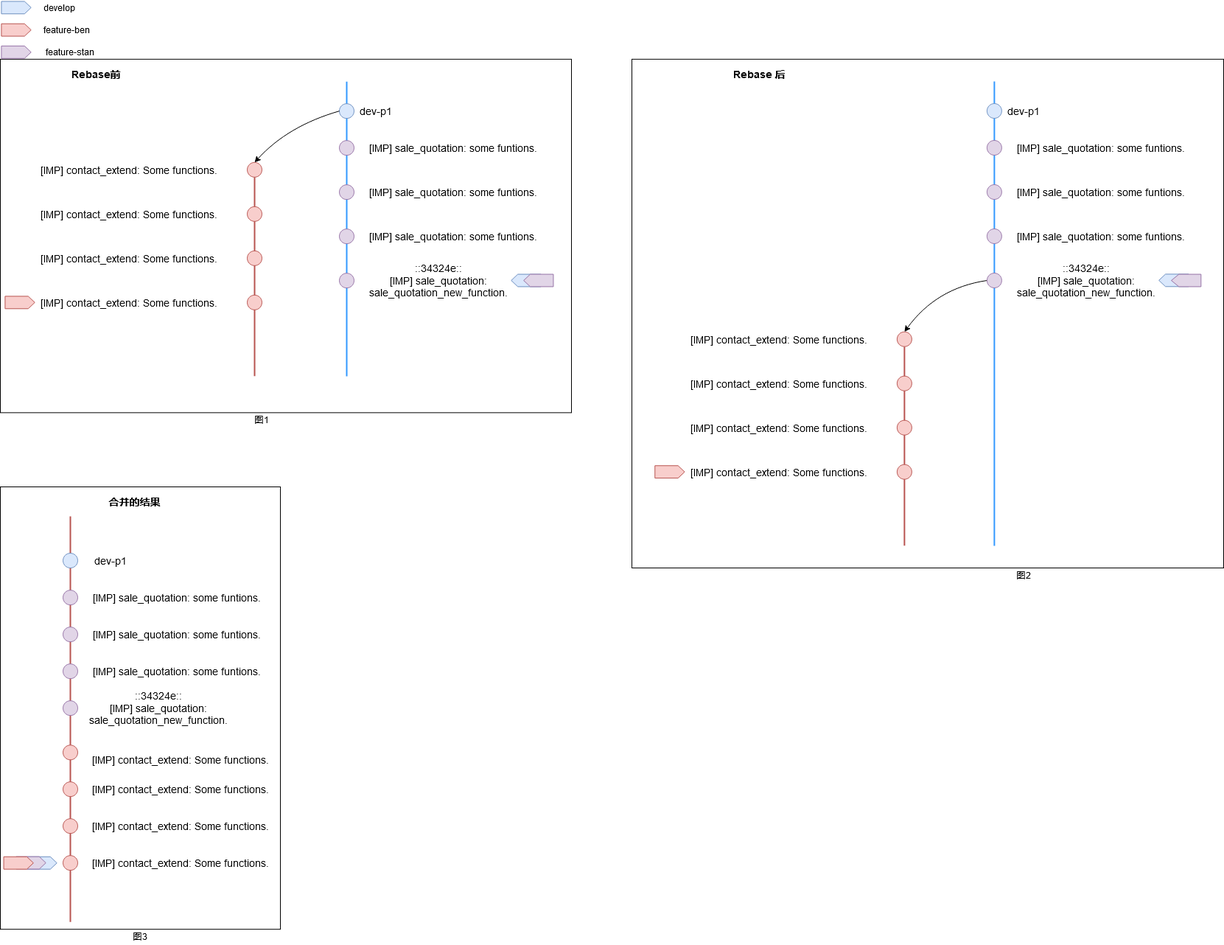
Above: gitBranchModel/rebasePersonalBranch.png in alreadytakenn/images (draw.io), before the change. Source tidied: cells renumbered, new cells last; positions are measured from the earlier drawing's top-left corner, leaving out a move shared by most shapes.
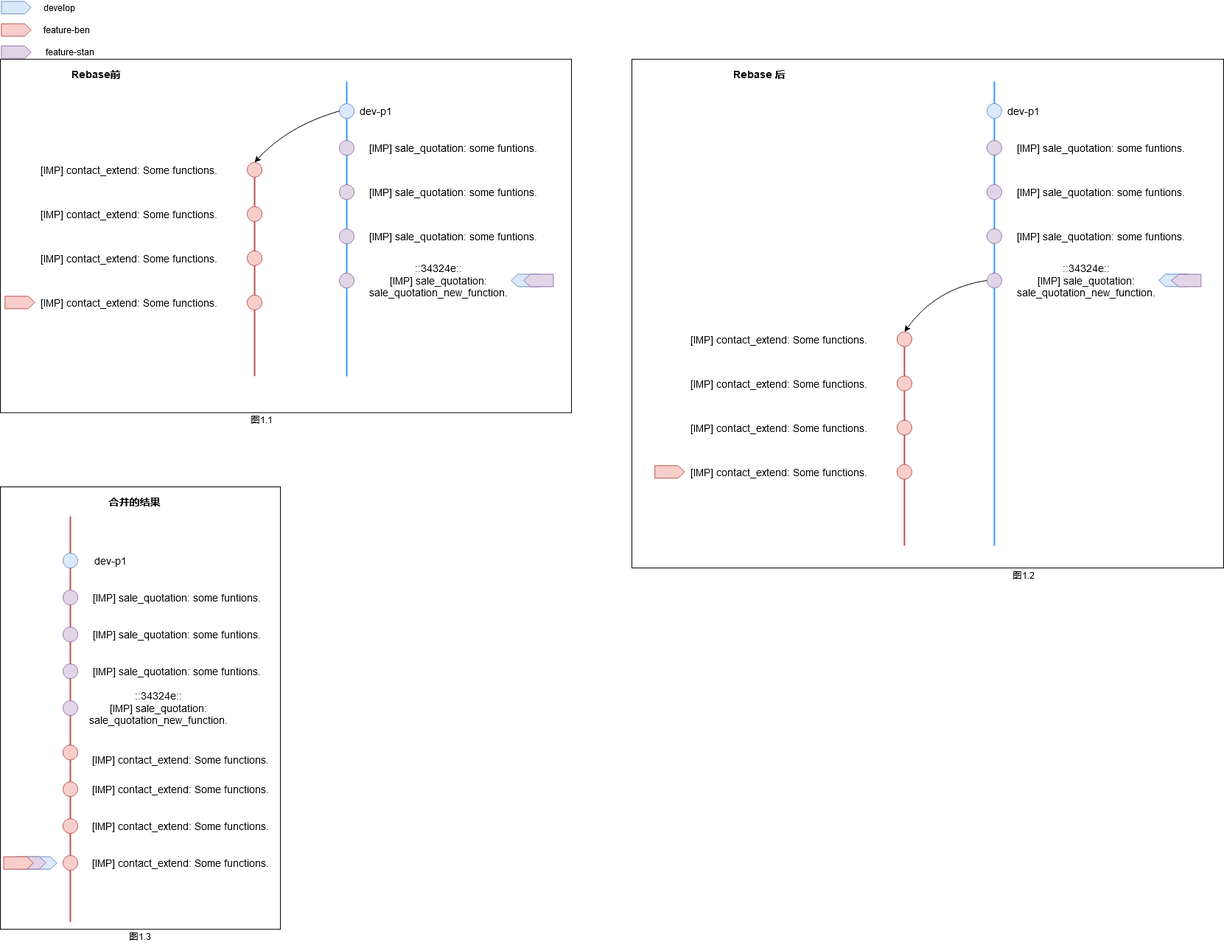
Later version of the same file.

The edit, as a diff of the source:
```diff
@@ -256,13 +256,13 @@
     <mxCell id="83" value="Rebase 后" style="text;html=1;strokeColor=none;fillColor=none;align=center;verticalAlign=middle;whiteSpace=wrap;rounded=0;fontSize=14;fontStyle=1;" parent="1" vertex="1">
       <mxGeometry x="900" y="100" width="260" height="20" as="geometry" />
     </mxCell>
-    <mxCell id="84" value="图1" style="text;html=1;strokeColor=none;fillColor=none;align=center;verticalAlign=middle;whiteSpace=wrap;rounded=0;" parent="1" vertex="1">
+    <mxCell id="84" value="图1.1" style="text;html=1;strokeColor=none;fillColor=none;align=center;verticalAlign=middle;whiteSpace=wrap;rounded=0;" parent="1" vertex="1">
       <mxGeometry x="335" y="569.4" width="40" height="20" as="geometry" />
     </mxCell>
-    <mxCell id="85" value="图2" style="text;html=1;strokeColor=none;fillColor=none;align=center;verticalAlign=middle;whiteSpace=wrap;rounded=0;" parent="1" vertex="1">
+    <mxCell id="85" value="图1.2" style="text;html=1;strokeColor=none;fillColor=none;align=center;verticalAlign=middle;whiteSpace=wrap;rounded=0;" parent="1" vertex="1">
       <mxGeometry x="1368.9" y="780" width="40" height="20" as="geometry" />
     </mxCell>
-    <mxCell id="86" value="图3" style="text;html=1;strokeColor=none;fillColor=none;align=center;verticalAlign=middle;whiteSpace=wrap;rounded=0;" parent="1" vertex="1">
+    <mxCell id="86" value="图1.3" style="text;html=1;strokeColor=none;fillColor=none;align=center;verticalAlign=middle;whiteSpace=wrap;rounded=0;" parent="1" vertex="1">
       <mxGeometry x="170" y="1270.2" width="40" height="20" as="geometry" />
     </mxCell>
   </root>
```
